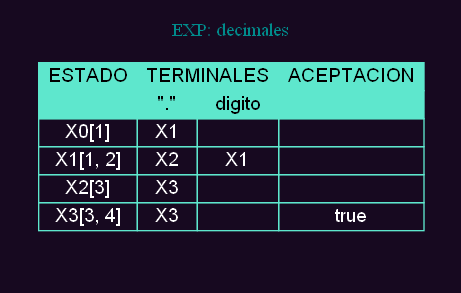
Above: ExRegan1/REPORTES/TRANSICIONES_202100953/Tabla_transiciones_decimales.png in Damaris-Muralles/OLC_ExRegan (Graphviz), before the change. Its source is kept beside it as ExRegan1/REPORTES/TRANSICIONES_202100953/Tabla_transiciones_decimales.dot. Source of this version:
```dot
digraph G {

    fontcolor="cyan4"
    bgcolor="#170920"
    node [fontname="Helvetica,Arial,sans-serif", shape=none, ordering="in"]
    label=" "

    subgraph cluster01{
        color="#170920"
        label="EXP: decimales"
        n0 [label = <
                <table border="0" cellspacing="0" cellborder="1" color="#5ee7cd">
                    <tr>
                    <td  align="center" bgcolor="#5ee7cd"><font color="black"> ESTADO </font></td>
                    <td  colspan="2" align="center" bgcolor="#5ee7cd"><font color="black"> TERMINALES </font></td>
                    <td  align="center" bgcolor="#5ee7cd"><font color="black"> ACEPTACION </font></td>
                    </tr>
                    <tr>
                    <td  align="center" bgcolor="#5ee7cd"><font color="black">  </font></td>
                    <td  align="center" bgcolor="#5ee7cd"><font color="black">"."</font></td>
                    <td  align="center" bgcolor="#5ee7cd"><font color="black">digito</font></td>
                    <td  align="center" bgcolor="#5ee7cd"><font color="black">  </font></td>
                    </tr>
<tr>
                    <td><font color="white" align="center">X0[1]</font></td>
                    <td align="center"><font color="white">X1</font></td>
                    <td align="center"><font color="white"> </font></td>
                    <td ><font color="white" align="center"> </font></td>
                    </tr><tr>
                    <td><font color="white" align="center">X1[1, 2]</font></td>
                    <td align="center"><font color="white">X2</font></td>
                    <td align="center"><font color="white">X1</font></td>
                    <td ><font color="white" align="center"> </font></td>
                    </tr><tr>
                    <td><font color="white" align="center">X2[3]</font></td>
                    <td align="center"><font color="white">X3</font></td>
                    <td align="center"><font color="white"> </font></td>
                    <td ><font color="white" align="center"> </font></td>
                    </tr><tr>
                    <td><font color="white" align="center">X3[3, 4]</font></td>
                    <td align="center"><font color="white">X3</font></td>
                    <td align="center"><font color="white"> </font></td>
                    <td ><font color="white" align="center">true</font></td>
                    </tr>                </table>
        > ] ;
    }
}
```
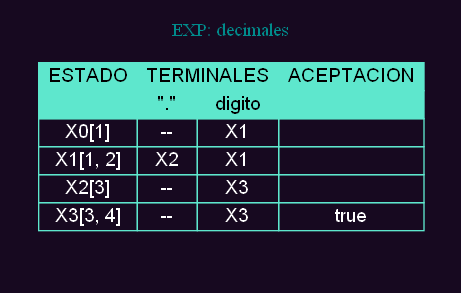
After the change.

Change to the diagram source:
```diff
@@ -23,8 +23,8 @@
                     </tr>
 <tr>
                     <td><font color="white" align="center">X0[1]</font></td>
+                    <td align="center"><font color="white"> -- </font></td>
                     <td align="center"><font color="white">X1</font></td>
-                    <td align="center"><font color="white"> </font></td>
                     <td ><font color="white" align="center"> </font></td>
                     </tr><tr>
                     <td><font color="white" align="center">X1[1, 2]</font></td>
@@ -33,13 +33,13 @@
                     <td ><font color="white" align="center"> </font></td>
                     </tr><tr>
                     <td><font color="white" align="center">X2[3]</font></td>
+                    <td align="center"><font color="white"> -- </font></td>
                     <td align="center"><font color="white">X3</font></td>
-                    <td align="center"><font color="white"> </font></td>
                     <td ><font color="white" align="center"> </font></td>
                     </tr><tr>
                     <td><font color="white" align="center">X3[3, 4]</font></td>
+                    <td align="center"><font color="white"> -- </font></td>
                     <td align="center"><font color="white">X3</font></td>
-                    <td align="center"><font color="white"> </font></td>
                     <td ><font color="white" align="center">true</font></td>
                     </tr>                </table>
         > ] ;
```
